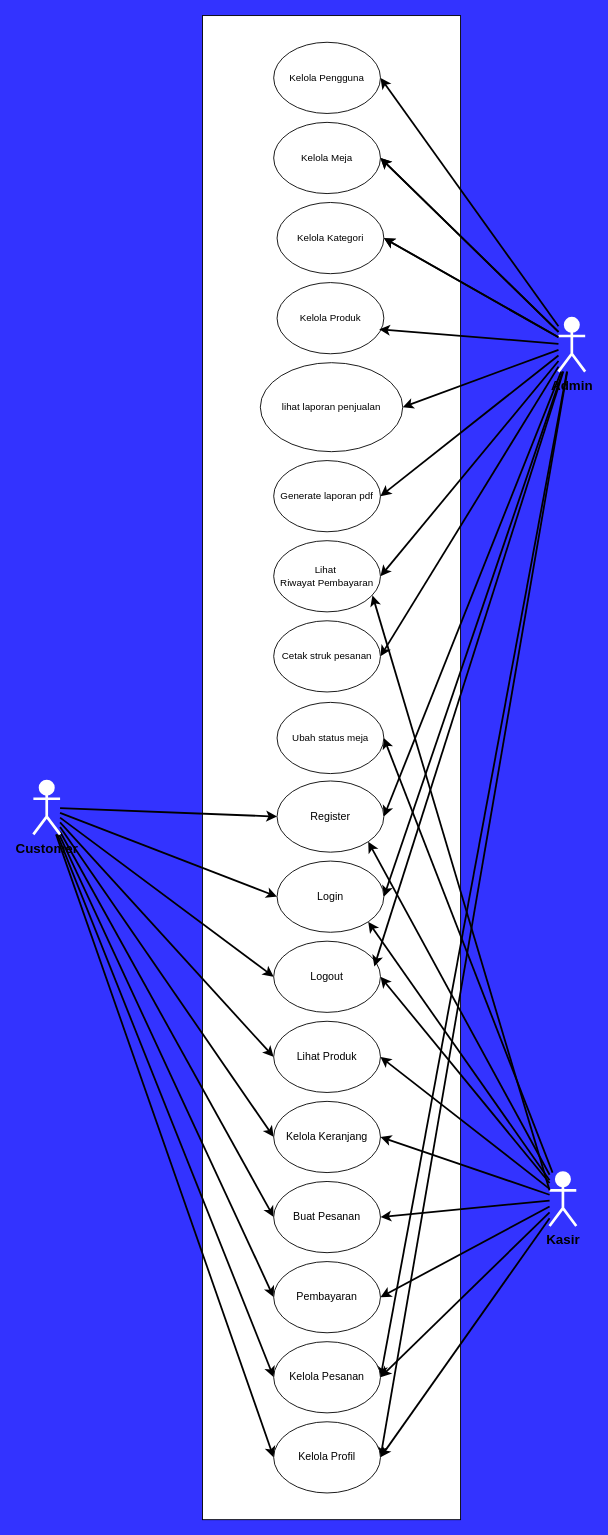
Before: assets/uml/use-case.drawio in RIOKOWI/warmindo_purnama_flutter, a draw.io diagram. Source tidied: cells renumbered, new cells numbered last; positions are measured from the earlier drawing's top-left corner, leaving out a move shared by most shapes. Both pictures are drawn from the tidied source at 89%, with x=0, y=0 at pixel (33, 15).
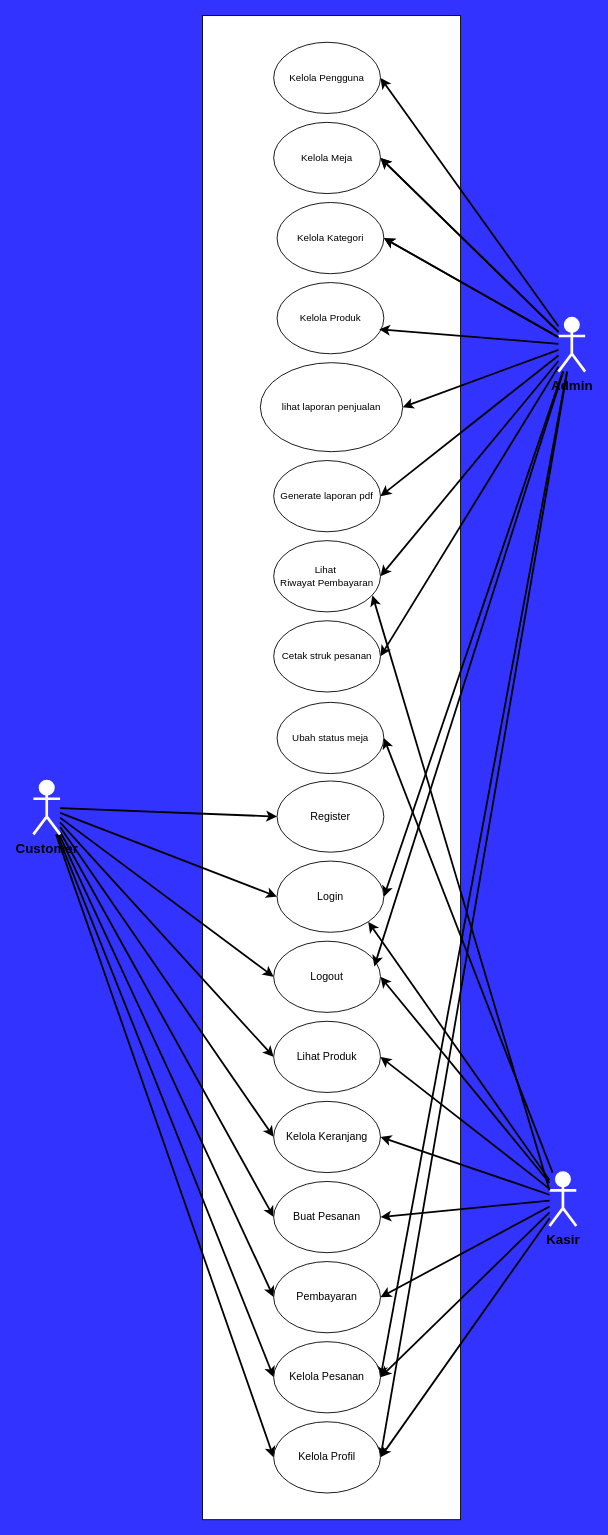
Above is the later version.

Commit message (it also covers changes not shown here):
docs(uml): create activity diagram create category

Unchanged cells that the change refers to:
```xml
<mxCell id="24" value="&lt;font style=&quot;font-size: 15px;&quot;&gt;&lt;b&gt;Admin&lt;/b&gt;&lt;/font&gt;" style="shape=umlActor;verticalLabelPosition=bottom;verticalAlign=top;html=1;outlineConnect=0;strokeWidth=3;strokeColor=light-dark(#FFFFFF,#FFFFFF);" parent="1" vertex="1">
  <mxGeometry x="590" y="340" width="30" height="60" as="geometry" />
</mxCell>
<mxCell id="35" value="&lt;font style=&quot;font-size: 15px;&quot;&gt;&lt;b&gt;Kasir&lt;/b&gt;&lt;/font&gt;" style="shape=umlActor;verticalLabelPosition=bottom;verticalAlign=top;html=1;outlineConnect=0;strokeWidth=3;strokeColor=light-dark(#FFFFFF,#FFFFFF);" parent="1" vertex="1">
  <mxGeometry x="580" y="1300" width="30" height="60" as="geometry" />
</mxCell>
<mxCell id="49" value="Register" style="ellipse;whiteSpace=wrap;html=1;" parent="1" vertex="1">
  <mxGeometry x="273.8" y="860" width="120" height="80" as="geometry" />
</mxCell>
```

Change to the diagram source:
```diff
@@
-    <mxCell id="13" style="shape=connector;rounded=1;html=1;entryX=1;entryY=0.5;entryDx=0;entryDy=0;strokeColor=default;strokeWidth=2;align=center;verticalAlign=middle;fontFamily=Helvetica;fontSize=11;fontColor=default;labelBackgroundColor=default;endArrow=classic;" parent="1" edge="1" source="24" target="49">
-      <mxGeometry relative="1" as="geometry" />
-    </mxCell>
@@
-    <mxCell id="34" style="edgeStyle=none;shape=connector;rounded=1;html=1;entryX=1;entryY=1;entryDx=0;entryDy=0;strokeColor=default;strokeWidth=2;align=center;verticalAlign=middle;fontFamily=Helvetica;fontSize=11;fontColor=default;labelBackgroundColor=default;endArrow=classic;" parent="1" edge="1" source="35" target="49">
-      <mxGeometry relative="1" as="geometry" />
-    </mxCell>
```
